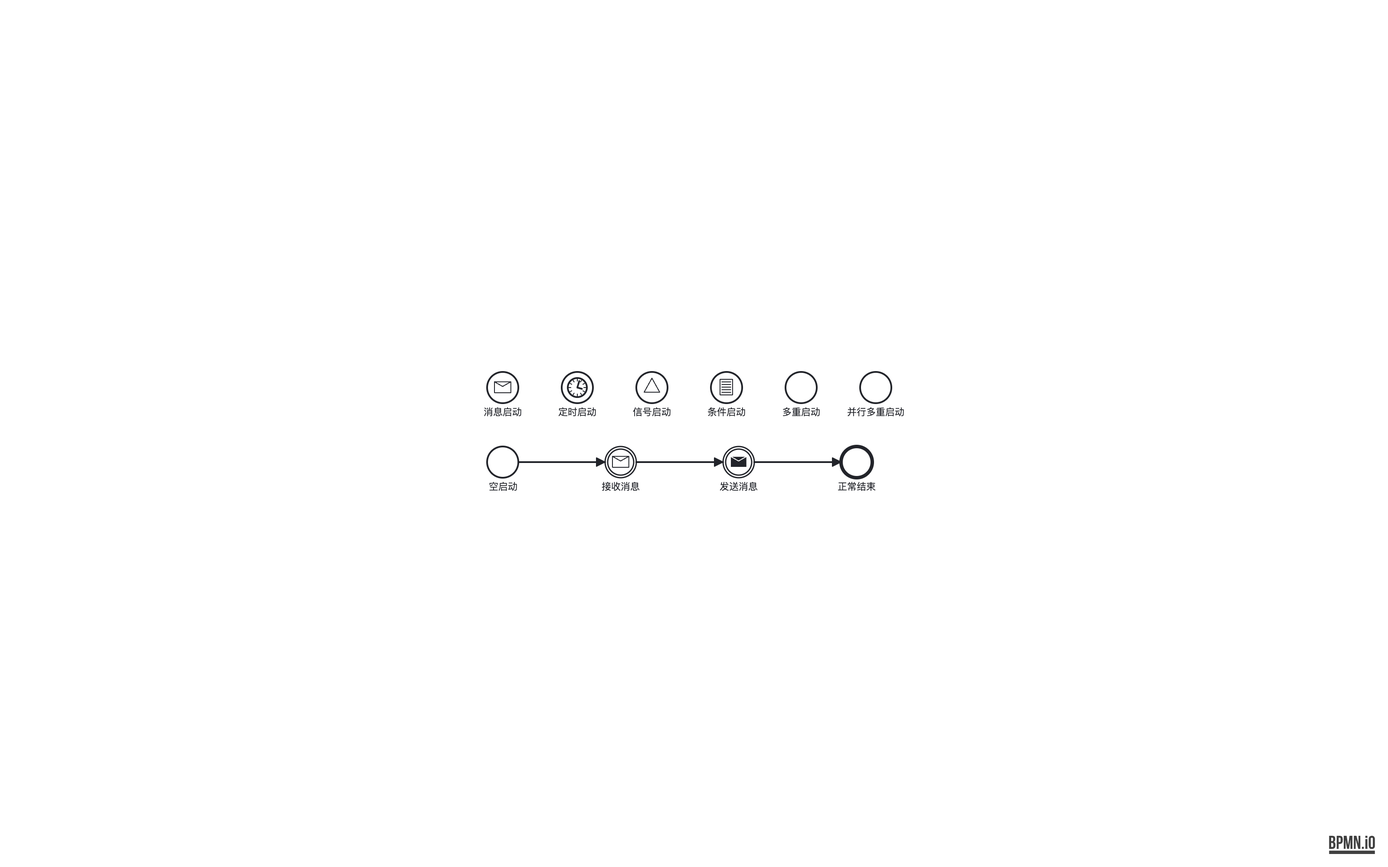
LcpMarvel/tramito-layout keeps this BPMN diagram as out-bpmn-png/03-all-events.png. Above is the earlier version. Its source is kept beside it as out-xml/03-all-events.bpmn. Ids are renumbered.
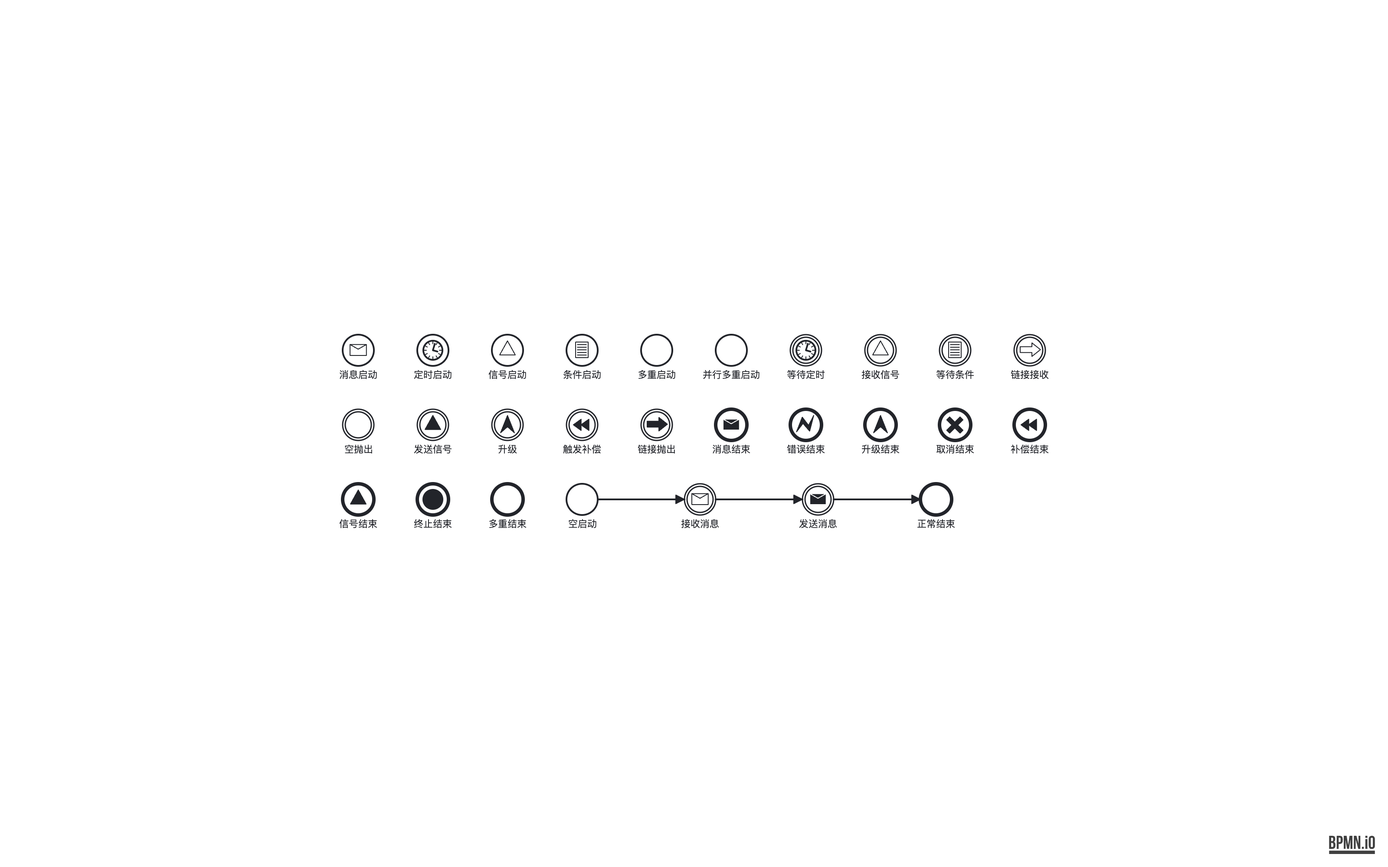
After the change.

Diff of the diagram source:
```diff
@@ -96,12 +96,12 @@
   <bpmndi:BPMNDiagram id="BPMNDiagram_definitions_all_events" name="BPMNDiagram">
     <bpmndi:BPMNPlane id="BPMNPlane_definitions_all_events" bpmnElement="process_all_events">
       <bpmndi:BPMNShape id="process_all_events_di" bpmnElement="process_all_events">
-        <dc:Bounds x="0" y="0" width="560" height="186" />
+        <dc:Bounds x="0" y="0" width="904" height="272" />
       </bpmndi:BPMNShape>
       <bpmndi:BPMNShape id="start_none_di" bpmnElement="start_none">
-        <dc:Bounds x="62" y="118" width="36" height="36" />
+        <dc:Bounds x="320" y="204" width="36" height="36" />
         <bpmndi:BPMNLabel>
-          <dc:Bounds x="59" y="158" width="42" height="14" />
+          <dc:Bounds x="317" y="244" width="42" height="14" />
         </bpmndi:BPMNLabel>
       </bpmndi:BPMNShape>
       <bpmndi:BPMNShape id="start_message_di" bpmnElement="start_message">
@@ -141,34 +141,136 @@
         </bpmndi:BPMNLabel>
       </bpmndi:BPMNShape>
       <bpmndi:BPMNShape id="catch_message_di" bpmnElement="catch_message">
-        <dc:Bounds x="198" y="118" width="36" height="36" />
+        <dc:Bounds x="456" y="204" width="36" height="36" />
         <bpmndi:BPMNLabel>
-          <dc:Bounds x="188" y="158" width="56" height="14" />
+          <dc:Bounds x="446" y="244" width="56" height="14" />
+        </bpmndi:BPMNLabel>
+      </bpmndi:BPMNShape>
+      <bpmndi:BPMNShape id="catch_timer_di" bpmnElement="catch_timer">
+        <dc:Bounds x="578" y="32" width="36" height="36" />
+        <bpmndi:BPMNLabel>
+          <dc:Bounds x="568" y="72" width="56" height="14" />
+        </bpmndi:BPMNLabel>
+      </bpmndi:BPMNShape>
+      <bpmndi:BPMNShape id="catch_signal_di" bpmnElement="catch_signal">
+        <dc:Bounds x="664" y="32" width="36" height="36" />
+        <bpmndi:BPMNLabel>
+          <dc:Bounds x="654" y="72" width="56" height="14" />
+        </bpmndi:BPMNLabel>
+      </bpmndi:BPMNShape>
+      <bpmndi:BPMNShape id="catch_conditional_di" bpmnElement="catch_conditional">
+        <dc:Bounds x="750" y="32" width="36" height="36" />
+        <bpmndi:BPMNLabel>
+          <dc:Bounds x="740" y="72" width="56" height="14" />
+        </bpmndi:BPMNLabel>
+      </bpmndi:BPMNShape>
+      <bpmndi:BPMNShape id="catch_link_di" bpmnElement="catch_link">
+        <dc:Bounds x="836" y="32" width="36" height="36" />
+        <bpmndi:BPMNLabel>
+          <dc:Bounds x="826" y="72" width="56" height="14" />
+        </bpmndi:BPMNLabel>
+      </bpmndi:BPMNShape>
+      <bpmndi:BPMNShape id="throw_none_di" bpmnElement="throw_none">
+        <dc:Bounds x="62" y="118" width="36" height="36" />
+        <bpmndi:BPMNLabel>
+          <dc:Bounds x="59" y="158" width="42" height="14" />
         </bpmndi:BPMNLabel>
       </bpmndi:BPMNShape>
       <bpmndi:BPMNShape id="throw_message_di" bpmnElement="throw_message">
-        <dc:Bounds x="334" y="118" width="36" height="36" />
+        <dc:Bounds x="592" y="204" width="36" height="36" />
         <bpmndi:BPMNLabel>
-          <dc:Bounds x="324" y="158" width="56" height="14" />
+          <dc:Bounds x="582" y="244" width="56" height="14" />
+        </bpmndi:BPMNLabel>
+      </bpmndi:BPMNShape>
+      <bpmndi:BPMNShape id="throw_signal_di" bpmnElement="throw_signal">
+        <dc:Bounds x="148" y="118" width="36" height="36" />
+        <bpmndi:BPMNLabel>
+          <dc:Bounds x="138" y="158" width="56" height="14" />
+        </bpmndi:BPMNLabel>
+      </bpmndi:BPMNShape>
+      <bpmndi:BPMNShape id="throw_escalation_di" bpmnElement="throw_escalation">
+        <dc:Bounds x="234" y="118" width="36" height="36" />
+        <bpmndi:BPMNLabel>
+          <dc:Bounds x="238" y="158" width="28" height="14" />
+        </bpmndi:BPMNLabel>
+      </bpmndi:BPMNShape>
+      <bpmndi:BPMNShape id="throw_compensation_di" bpmnElement="throw_compensation">
+        <dc:Bounds x="320" y="118" width="36" height="36" />
+        <bpmndi:BPMNLabel>
+          <dc:Bounds x="310" y="158" width="56" height="14" />
+        </bpmndi:BPMNLabel>
+      </bpmndi:BPMNShape>
+      <bpmndi:BPMNShape id="throw_link_di" bpmnElement="throw_link">
+        <dc:Bounds x="406" y="118" width="36" height="36" />
+        <bpmndi:BPMNLabel>
+          <dc:Bounds x="396" y="158" width="56" height="14" />
         </bpmndi:BPMNLabel>
       </bpmndi:BPMNShape>
       <bpmndi:BPMNShape id="end_none_di" bpmnElement="end_none">
-        <dc:Bounds x="470" y="118" width="36" height="36" />
+        <dc:Bounds x="728" y="204" width="36" height="36" />
         <bpmndi:BPMNLabel>
-          <dc:Bounds x="460" y="158" width="56" height="14" />
+          <dc:Bounds x="718" y="244" width="56" height="14" />
+        </bpmndi:BPMNLabel>
+      </bpmndi:BPMNShape>
+      <bpmndi:BPMNShape id="end_message_di" bpmnElement="end_message">
+        <dc:Bounds x="492" y="118" width="36" height="36" />
+        <bpmndi:BPMNLabel>
+          <dc:Bounds x="482" y="158" width="56" height="14" />
+        </bpmndi:BPMNLabel>
+      </bpmndi:BPMNShape>
+      <bpmndi:BPMNShape id="end_error_di" bpmnElement="end_error">
+        <dc:Bounds x="578" y="118" width="36" height="36" />
+        <bpmndi:BPMNLabel>
+          <dc:Bounds x="568" y="158" width="56" height="14" />
+        </bpmndi:BPMNLabel>
+      </bpmndi:BPMNShape>
+      <bpmndi:BPMNShape id="end_escalation_di" bpmnElement="end_escalation">
+        <dc:Bounds x="664" y="118" width="36" height="36" />
+        <bpmndi:BPMNLabel>
+          <dc:Bounds x="654" y="158" width="56" height="14" />
+        </bpmndi:BPMNLabel>
+      </bpmndi:BPMNShape>
+      <bpmndi:BPMNShape id="end_cancel_di" bpmnElement="end_cancel">
+        <dc:Bounds x="750" y="118" width="36" height="36" />
+        <bpmndi:BPMNLabel>
+          <dc:Bounds x="740" y="158" width="56" height="14" />
+        </bpmndi:BPMNLabel>
+      </bpmndi:BPMNShape>
+      <bpmndi:BPMNShape id="end_compensation_di" bpmnElement="end_compensation">
+        <dc:Bounds x="836" y="118" width="36" height="36" />
+        <bpmndi:BPMNLabel>
+          <dc:Bounds x="826" y="158" width="56" height="14" />
+        </bpmndi:BPMNLabel>
+      </bpmndi:BPMNShape>
+      <bpmndi:BPMNShape id="end_signal_di" bpmnElement="end_signal">
+        <dc:Bounds x="62" y="204" width="36" height="36" />
+        <bpmndi:BPMNLabel>
+          <dc:Bounds x="52" y="244" width="56" height="14" />
+        </bpmndi:BPMNLabel>
+      </bpmndi:BPMNShape>
+      <bpmndi:BPMNShape id="end_terminate_di" bpmnElement="end_terminate">
+        <dc:Bounds x="148" y="204" width="36" height="36" />
+        <bpmndi:BPMNLabel>
+          <dc:Bounds x="138" y="244" width="56" height="14" />
+        </bpmndi:BPMNLabel>
+      </bpmndi:BPMNShape>
+      <bpmndi:BPMNShape id="end_multiple_di" bpmnElement="end_multiple">
+        <dc:Bounds x="234" y="204" width="36" height="36" />
+        <bpmndi:BPMNLabel>
+          <dc:Bounds x="224" y="244" width="56" height="14" />
         </bpmndi:BPMNLabel>
       </bpmndi:BPMNShape>
       <bpmndi:BPMNEdge id="flow_1_di" bpmnElement="flow_1">
-        <di:waypoint x="98" y="136" />
-        <di:waypoint x="198" y="136" />
+        <di:waypoint x="356" y="222" />
+        <di:waypoint x="456" y="222" />
       </bpmndi:BPMNEdge>
       <bpmndi:BPMNEdge id="flow_2_di" bpmnElement="flow_2">
-        <di:waypoint x="234" y="136" />
-        <di:waypoint x="334" y="136" />
+        <di:waypoint x="492" y="222" />
+        <di:waypoint x="592" y="222" />
       </bpmndi:BPMNEdge>
       <bpmndi:BPMNEdge id="flow_3_di" bpmnElement="flow_3">
-        <di:waypoint x="370" y="136" />
-        <di:waypoint x="470" y="136" />
+        <di:waypoint x="628" y="222" />
+        <di:waypoint x="728" y="222" />
       </bpmndi:BPMNEdge>
     </bpmndi:BPMNPlane>
   </bpmndi:BPMNDiagram>
```
